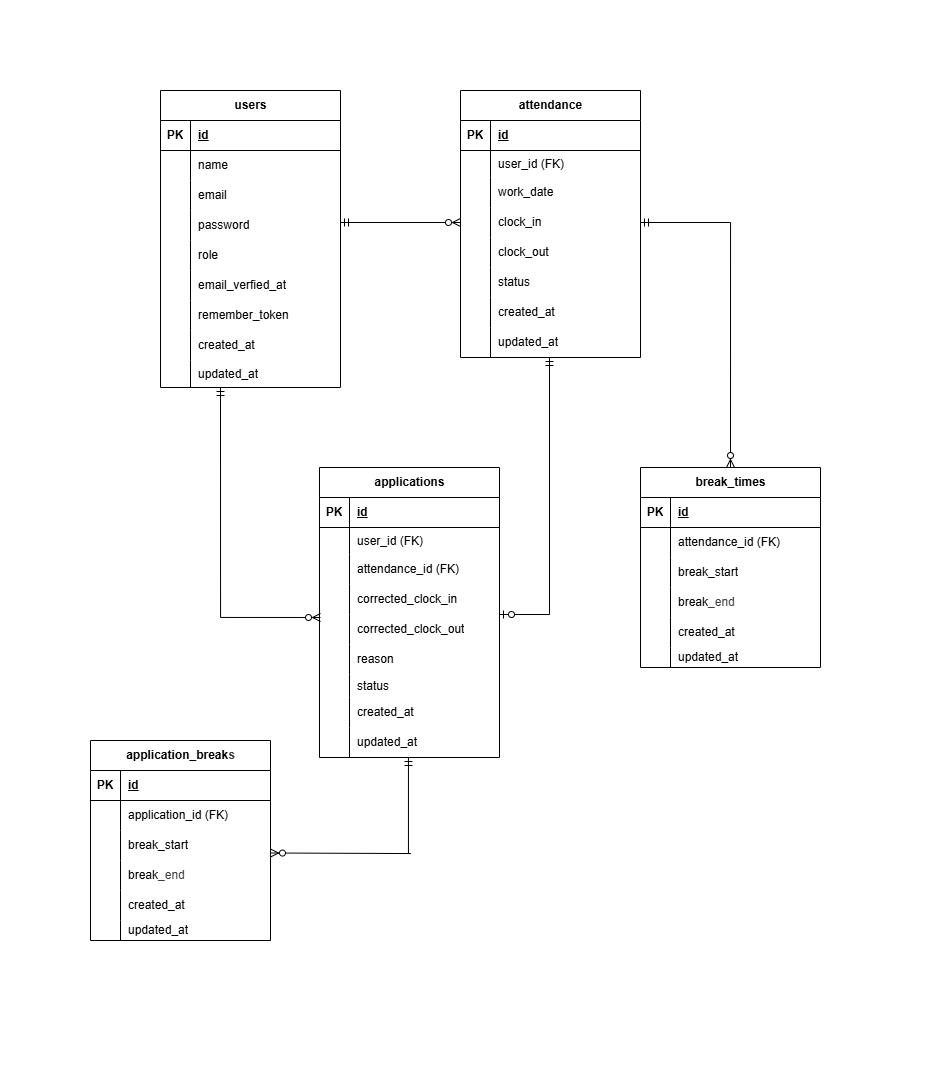
kamihshi0422/attendance-management keeps this draw.io diagram as ER.drawio.png. Above is the earlier version. Source tidied: cells renumbered, new cells last; positions are measured from the earlier drawing's top-left corner, leaving out a move shared by most shapes.
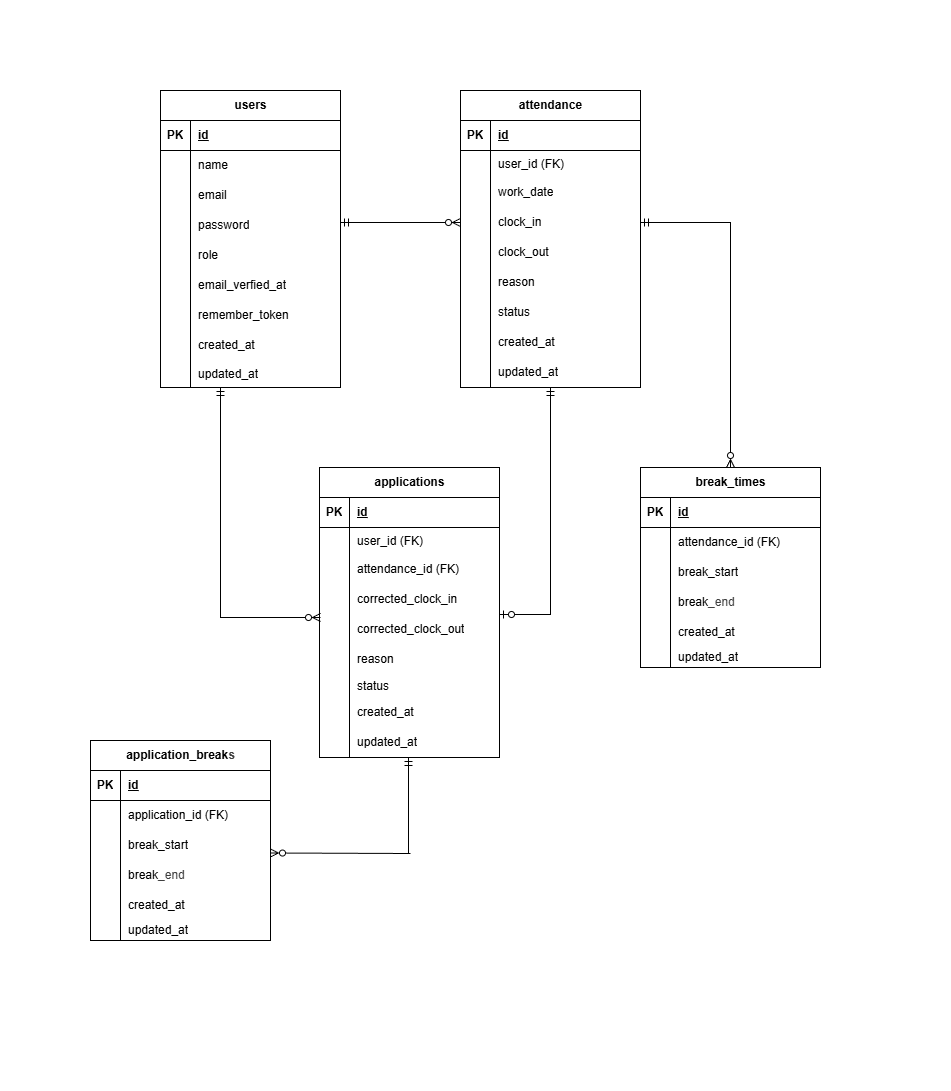
Later version of the same file.

Diff of the diagram source:
```diff
@@ -90,7 +90,7 @@
       <mxGeometry x="30" width="150" height="27" as="geometry" />
     </mxCell>
     <mxCell id="31" value="attendance" style="shape=table;startSize=30;rowLines=0;fontStyle=1;align=center;html=1;rounded=0;" parent="1" vertex="1">
-      <mxGeometry x="460" y="90" width="180" height="267" as="geometry" />
+      <mxGeometry x="460" y="90" width="180" height="297" as="geometry" />
     </mxCell>
     <mxCell id="32" style="shape=tableRow;horizontal=0;startSize=0;swimlaneHead=0;swimlaneBody=0;fillColor=none;top=0;left=0;right=0;bottom=1;rounded=0;" parent="31" vertex="1">
       <mxGeometry y="30" width="180" height="30" as="geometry" />
@@ -137,8 +137,17 @@
     <mxCell id="46" value="clock_out" style="shape=partialRectangle;fillColor=none;top=0;left=0;bottom=0;right=0;align=left;spacingLeft=6;overflow=hidden;whiteSpace=wrap;html=1;rounded=0;" parent="44" vertex="1">
       <mxGeometry x="30" width="150" height="30" as="geometry" />
     </mxCell>
+    <mxCell id="127" style="shape=tableRow;horizontal=0;startSize=0;swimlaneHead=0;swimlaneBody=0;fillColor=none;top=0;left=0;right=0;bottom=0;rounded=0;" parent="31" vertex="1">
+      <mxGeometry y="177" width="180" height="30" as="geometry" />
+    </mxCell>
+    <mxCell id="128" style="shape=partialRectangle;fillColor=none;top=0;left=0;bottom=0;right=0;overflow=hidden;whiteSpace=wrap;html=1;rounded=0;" parent="127" vertex="1">
+      <mxGeometry width="30" height="30" as="geometry" />
+    </mxCell>
+    <mxCell id="129" value="&lt;span style=&quot;color: rgb(0, 0, 0);&quot;&gt;reason&lt;/span&gt;" style="shape=partialRectangle;fillColor=none;top=0;left=0;bottom=0;right=0;align=left;spacingLeft=6;overflow=hidden;whiteSpace=wrap;html=1;rounded=0;" parent="127" vertex="1">
+      <mxGeometry x="30" width="150" height="30" as="geometry" />
+    </mxCell>
     <mxCell id="47" style="shape=tableRow;horizontal=0;startSize=0;swimlaneHead=0;swimlaneBody=0;fillColor=none;top=0;left=0;right=0;bottom=0;rounded=0;" parent="31" vertex="1">
-      <mxGeometry y="177" width="180" height="30" as="geometry" />
+      <mxGeometry y="207" width="180" height="30" as="geometry" />
     </mxCell>
     <mxCell id="48" style="shape=partialRectangle;fillColor=none;top=0;left=0;bottom=0;right=0;overflow=hidden;whiteSpace=wrap;html=1;rounded=0;" parent="47" vertex="1">
       <mxGeometry width="30" height="30" as="geometry" />
@@ -147,7 +156,7 @@
       <mxGeometry x="30" width="150" height="30" as="geometry" />
     </mxCell>
     <mxCell id="50" style="shape=tableRow;horizontal=0;startSize=0;swimlaneHead=0;swimlaneBody=0;fillColor=none;top=0;left=0;right=0;bottom=0;rounded=0;" parent="31" vertex="1">
-      <mxGeometry y="207" width="180" height="30" as="geometry" />
+      <mxGeometry y="237" width="180" height="30" as="geometry" />
     </mxCell>
     <mxCell id="51" style="shape=partialRectangle;fillColor=none;top=0;left=0;bottom=0;right=0;overflow=hidden;whiteSpace=wrap;html=1;rounded=0;" parent="50" vertex="1">
       <mxGeometry width="30" height="30" as="geometry" />
@@ -156,7 +165,7 @@
       <mxGeometry x="30" width="150" height="30" as="geometry" />
     </mxCell>
     <mxCell id="53" style="shape=tableRow;horizontal=0;startSize=0;swimlaneHead=0;swimlaneBody=0;fillColor=none;top=0;left=0;right=0;bottom=0;rounded=0;" parent="31" vertex="1">
-      <mxGeometry y="237" width="180" height="30" as="geometry" />
+      <mxGeometry y="267" width="180" height="30" as="geometry" />
     </mxCell>
     <mxCell id="54" style="shape=partialRectangle;fillColor=none;top=0;left=0;bottom=0;right=0;overflow=hidden;whiteSpace=wrap;html=1;rounded=0;" parent="53" vertex="1">
       <mxGeometry width="30" height="30" as="geometry" />
@@ -313,12 +322,11 @@
     <mxCell id="104" value="updated_at" style="shape=partialRectangle;fillColor=none;top=0;left=0;bottom=0;right=0;align=left;spacingLeft=6;overflow=hidden;whiteSpace=wrap;html=1;rounded=0;" parent="102" vertex="1">
       <mxGeometry x="30" width="150" height="30" as="geometry" />
     </mxCell>
-    <mxCell id="105" style="edgeStyle=orthogonalEdgeStyle;html=1;rounded=0;curved=0;endArrow=ERmandOne;endFill=0;startArrow=ERzeroToOne;startFill=0;entryX=0.396;entryY=1.008;entryDx=0;entryDy=0;entryPerimeter=0;" parent="1" edge="1">
+    <mxCell id="105" style="html=1;rounded=0;endArrow=ERmandOne;endFill=0;startArrow=ERzeroToOne;startFill=0;strokeColor=default;edgeStyle=orthogonalEdgeStyle;" parent="1" edge="1" target="55">
       <mxGeometry relative="1" as="geometry">
         <mxPoint x="499" y="614" as="sourcePoint" />
-        <mxPoint x="549" y="357" as="targetPoint" />
         <Array as="points">
-          <mxPoint x="549" y="614" />
+          <mxPoint x="550" y="614" />
         </Array>
       </mxGeometry>
     </mxCell>
```
